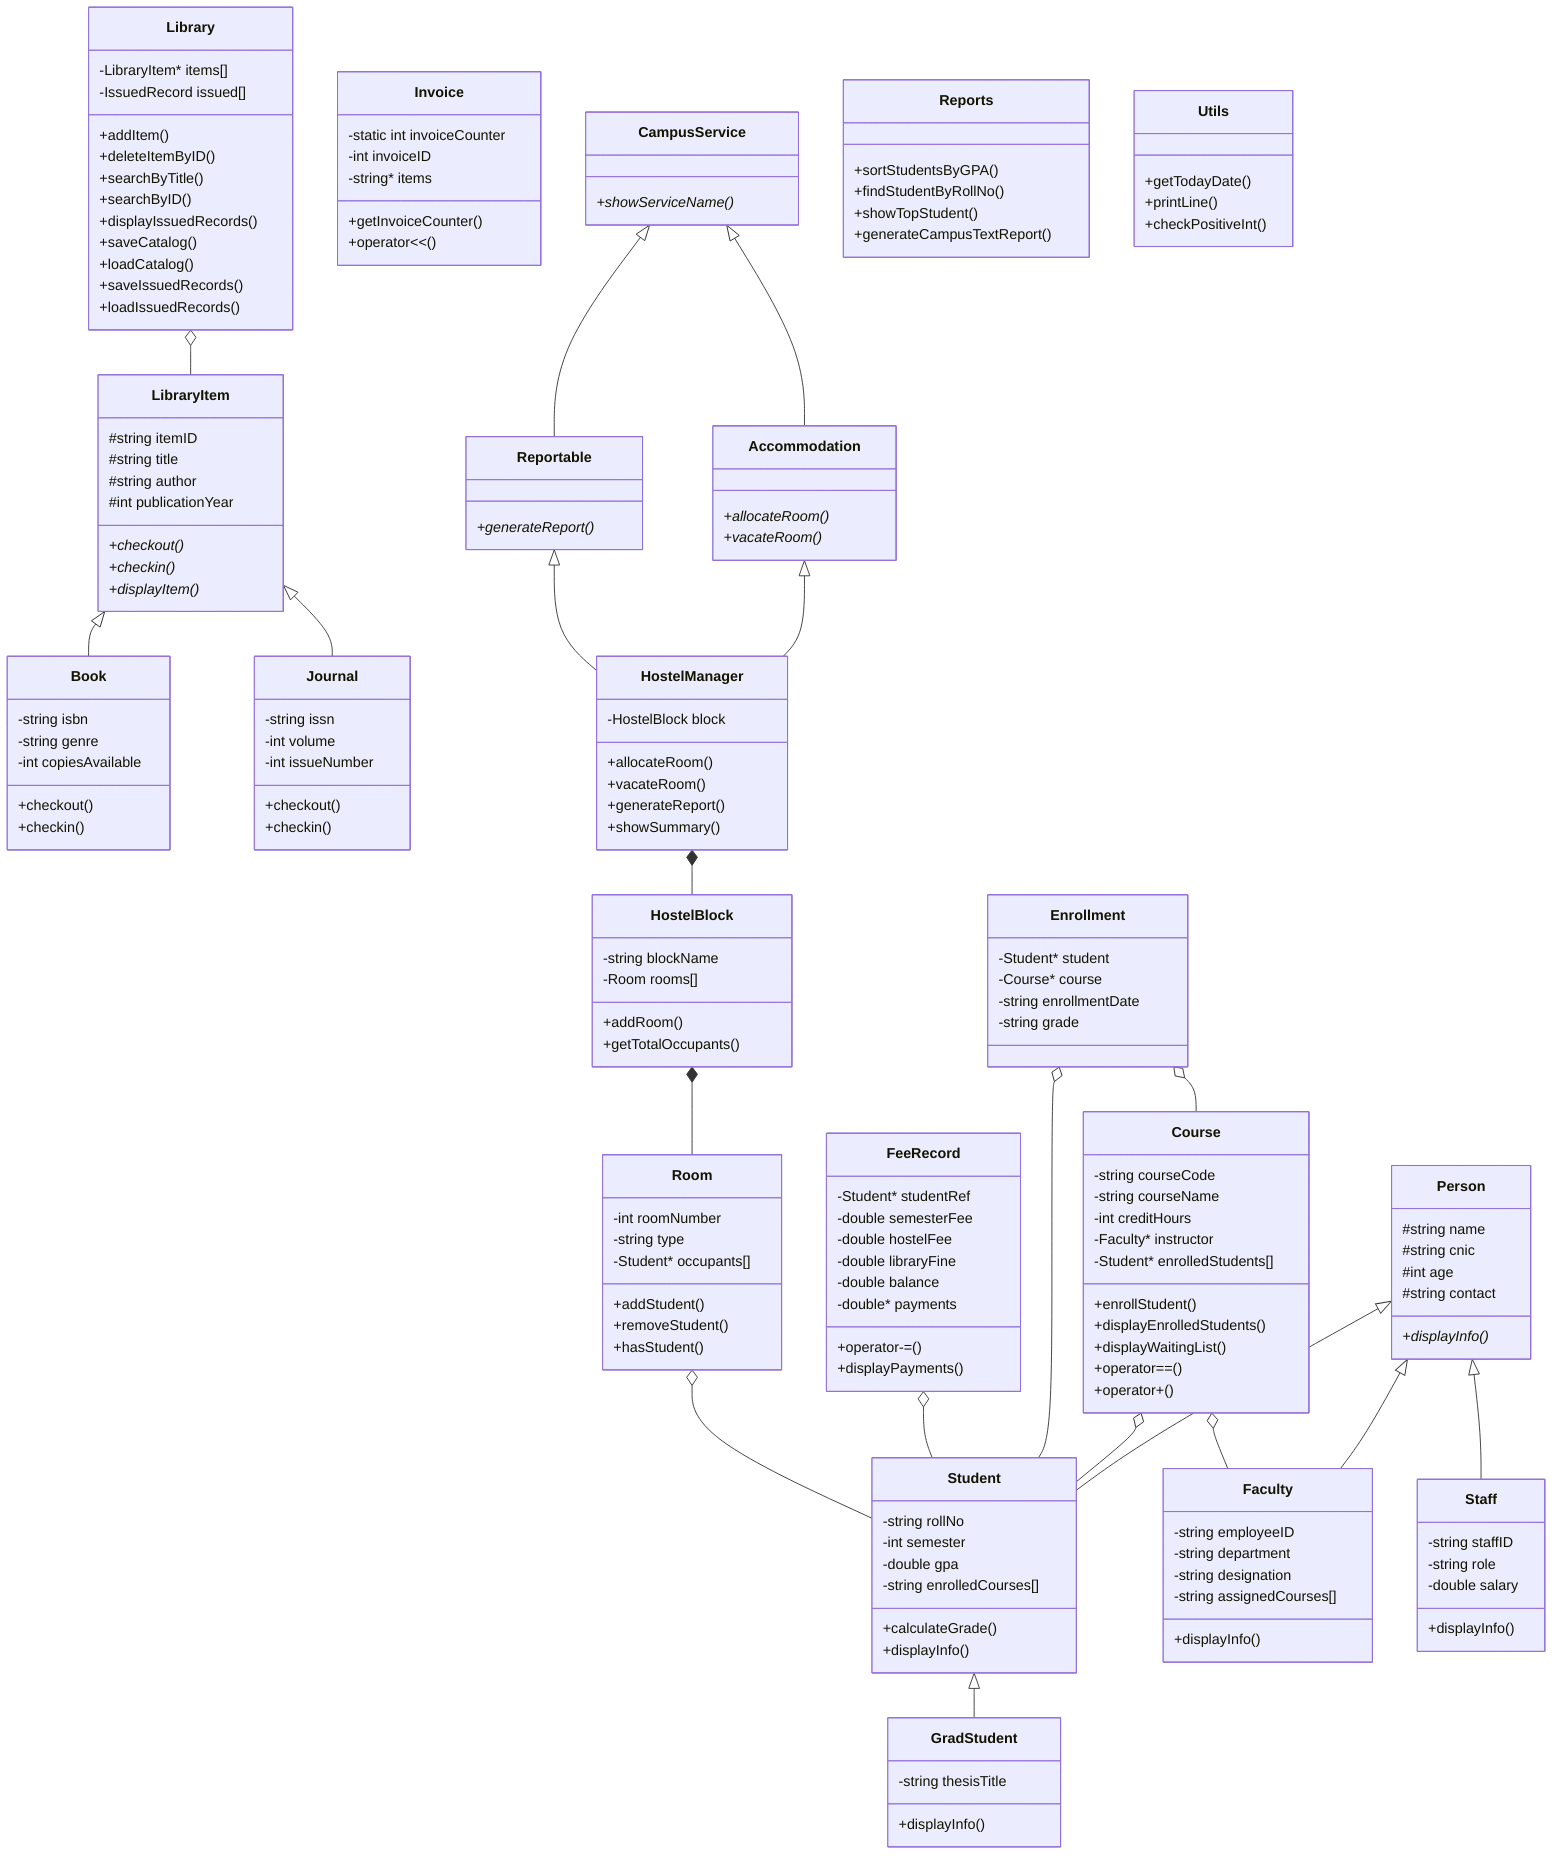
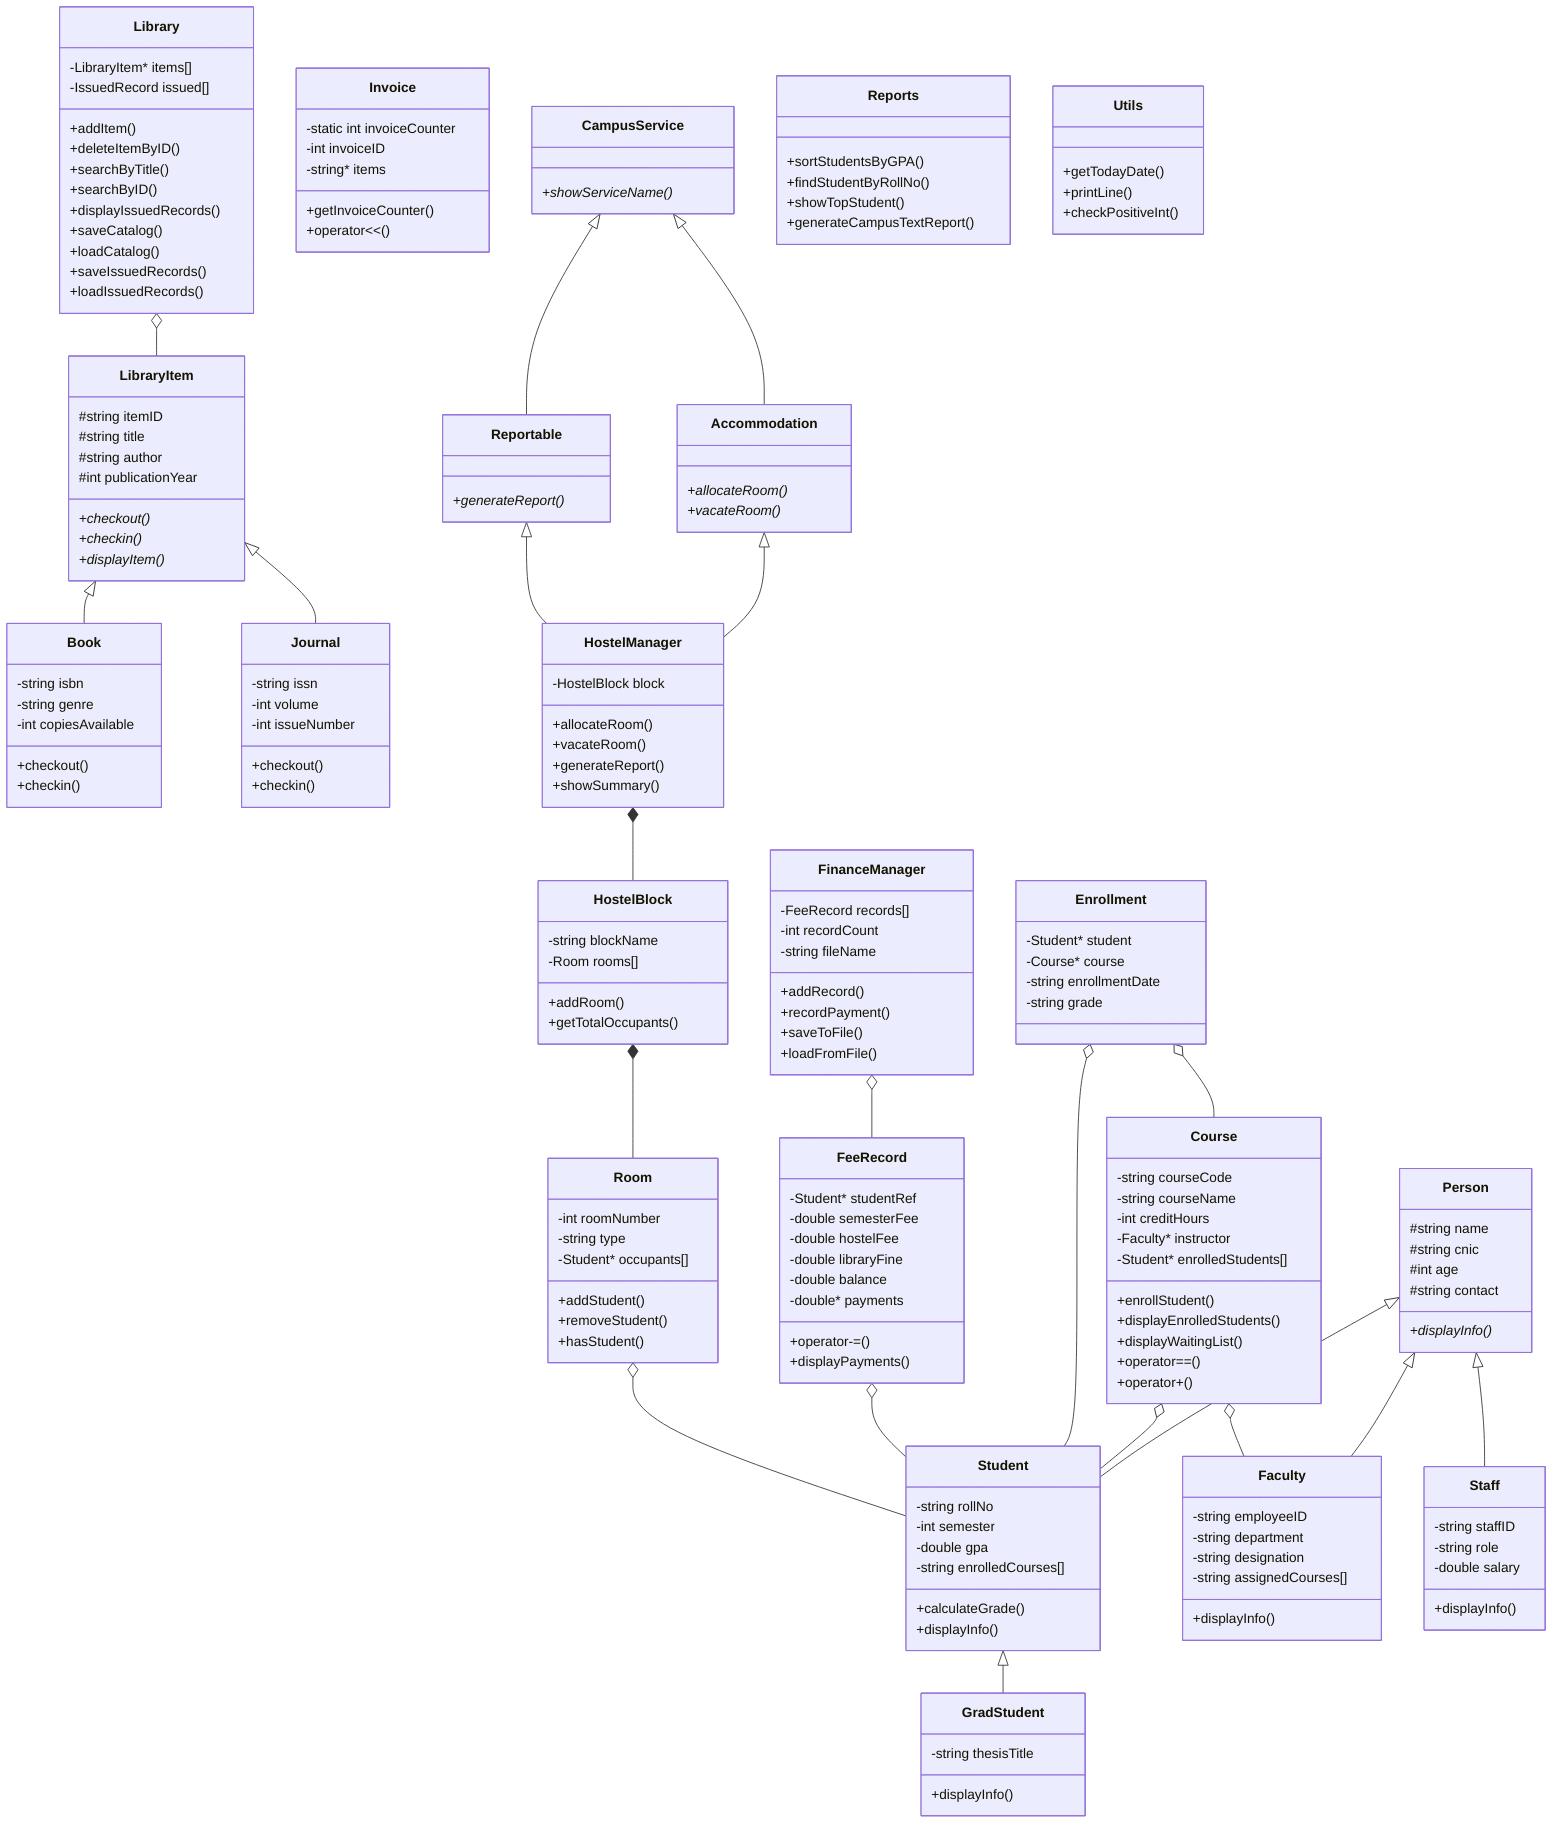
classDiagram
    class Person {
        #string name
        #string cnic
        #int age
        #string contact
        +displayInfo()*
    }

    class Student {
        -string rollNo
        -int semester
        -double gpa
        -string enrolledCourses[]
        +calculateGrade()
        +displayInfo()
    }

    class GradStudent {
        -string thesisTitle
        +displayInfo()
    }

    class Faculty {
        -string employeeID
        -string department
        -string designation
        -string assignedCourses[]
        +displayInfo()
    }

    class Staff {
        -string staffID
        -string role
        -double salary
        +displayInfo()
    }

    class Course {
        -string courseCode
        -string courseName
        -int creditHours
        -Faculty* instructor
        -Student* enrolledStudents[]
        +enrollStudent()
        +displayEnrolledStudents()
        +displayWaitingList()
        +operator==()
        +operator+()
    }

    class Enrollment {
        -Student* student
        -Course* course
        -string enrollmentDate
        -string grade
    }

    class LibraryItem {
        #string itemID
        #string title
        #string author
        #int publicationYear
        +checkout()*
        +checkin()*
        +displayItem()*
    }

    class Book {
        -string isbn
        -string genre
        -int copiesAvailable
        +checkout()
        +checkin()
    }

    class Journal {
        -string issn
        -int volume
        -int issueNumber
        +checkout()
        +checkin()
    }

    class Library {
        -LibraryItem* items[]
        -IssuedRecord issued[]
        +addItem()
        +deleteItemByID()
        +searchByTitle()
        +searchByID()
        +displayIssuedRecords()
        +saveCatalog()
        +loadCatalog()
        +saveIssuedRecords()
        +loadIssuedRecords()
    }

    class FeeRecord {
        -Student* studentRef
        -double semesterFee
        -double hostelFee
        -double libraryFine
        -double balance
        -double* payments
        +operator-=()
        +displayPayments()
    }

+     class FinanceManager {
+         -FeeRecord records[]
+         -int recordCount
+         -string fileName
+         +addRecord()
+         +recordPayment()
+         +saveToFile()
+         +loadFromFile()
+     }
+ 
    class Invoice {
        -static int invoiceCounter
        -int invoiceID
        -string* items
        +getInvoiceCounter()
        +operator<<()
    }

    class CampusService {
        +showServiceName()*
    }

    class Accommodation {
        +allocateRoom()*
        +vacateRoom()*
    }

    class Reportable {
        +generateReport()*
    }

    class Room {
        -int roomNumber
        -string type
        -Student* occupants[]
        +addStudent()
        +removeStudent()
        +hasStudent()
    }

    class HostelBlock {
        -string blockName
        -Room rooms[]
        +addRoom()
        +getTotalOccupants()
    }

    class HostelManager {
        -HostelBlock block
        +allocateRoom()
        +vacateRoom()
        +generateReport()
        +showSummary()
    }

    class Reports {
        +sortStudentsByGPA()
        +findStudentByRollNo()
        +showTopStudent()
        +generateCampusTextReport()
    }

    class Utils {
        +getTodayDate()
        +printLine()
        +checkPositiveInt()
    }

    Person <|-- Student
    Student <|-- GradStudent
    Person <|-- Faculty
    Person <|-- Staff
    Course o-- Faculty
    Course o-- Student
    Enrollment o-- Student
    Enrollment o-- Course
    LibraryItem <|-- Book
    LibraryItem <|-- Journal
    Library o-- LibraryItem
    FeeRecord o-- Student
+     FinanceManager o-- FeeRecord
    CampusService <|-- Accommodation
    CampusService <|-- Reportable
    Accommodation <|-- HostelManager
    Reportable <|-- HostelManager
    HostelManager *-- HostelBlock
    HostelBlock *-- Room
    Room o-- Student
